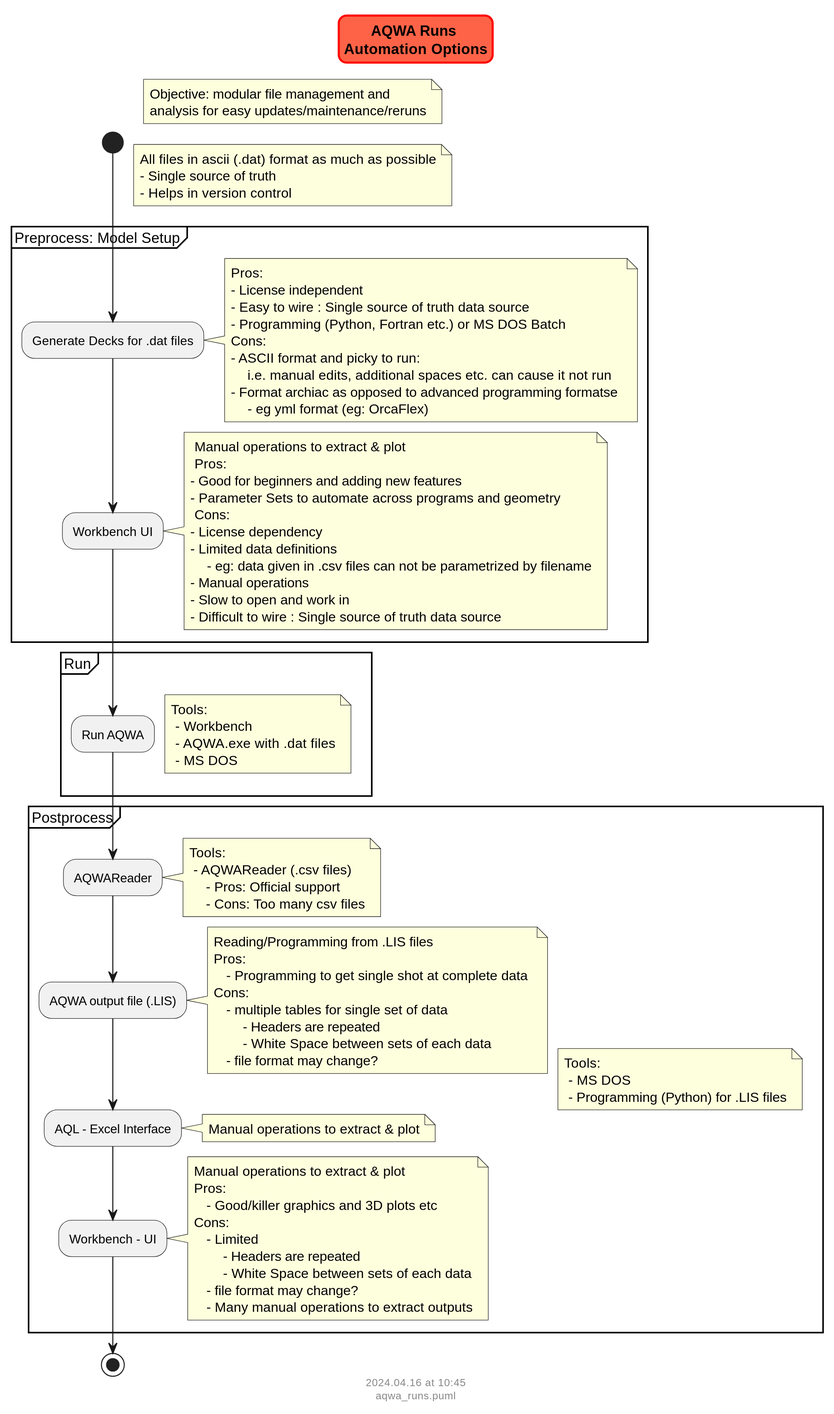
vamseeachanta/digitalmodel keeps this PlantUML diagram as docs/ansys/aqwa/flowcharts/aqwa_runs.svg. Above is the earlier version. The source it was exported from:
```plantuml
@startuml
scale 3
skinparam titleBorderRoundCorner 15
skinparam titleBorderThickness 2
skinparam titleBorderColor red
skinparam titleBackgroundColor Tomato

title AQWA Runs \nAutomation Options

start

    note right
        Objective: modular file management and
        analysis for easy updates/maintenance/reruns
    end note

    note right
        All files in ascii (.dat) format as much as possible
        - Single source of truth
        - Helps in  version control
    end note

    partition "Preprocess: Model Setup" {

        :Generate Decks for .dat files;
            note right
            Pros:
            - License independent
            - Easy to wire : Single source of truth data source
            - Programming (Python, Fortran etc.) or MS DOS Batch
            Cons:
            - ASCII format and picky to run:
                i.e. manual edits, additional spaces etc. can cause it not run
            - Format archiac as opposed to advanced programming formatse
                - eg yml format (eg: OrcaFlex)
            end note

        :Workbench UI;
            note right
             Manual operations to extract & plot
             Pros:
            - Good for beginners and adding new features
            - Parameter Sets to automate across programs and geometry
             Cons:
            - License dependency
            - Limited data definitions
                - eg: data given in .csv files can not be parametrized by filename
            - Manual operations
            - Slow to open and work in
            - Difficult to wire : Single source of truth data source
            end note

    }

    partition "Run" {
            note right
                Tools:
                 - Workbench
                 - AQWA.exe with .dat files
                 - MS DOS
            end note

        :Run AQWA;
    }

    partition "Postprocess" {
            note right
                Tools:
                 - MS DOS
                 - Programming (Python) for .LIS files
            end note

        :AQWAReader;
            note right
                Tools:
                 - AQWAReader (.csv files)
                    - Pros: Official support
                    - Cons: Too many csv files
            end note

        :AQWA output file (.LIS);
            note right
             Reading/Programming from .LIS files
             Pros:
                - Programming to get single shot at complete data
             Cons:
                - multiple tables for single set of data
                    - Headers are repeated
                    - White Space between sets of each data
                - file format may change?
            end note

        :AQL - Excel Interface;
            note right
             Manual operations to extract & plot
            end note

        :Workbench - UI;
            note right
             Manual operations to extract & plot
             Pros:
                - Good/killer graphics and 3D plots etc
             Cons:
                - Limited
                    - Headers are repeated
                    - White Space between sets of each data
                - file format may change?
                - Many manual operations to extract outputs
            end note

    }

stop

footer
%date("yyyy.MM.dd' at 'HH:mm")
%filename()
end footer
@enduml
```
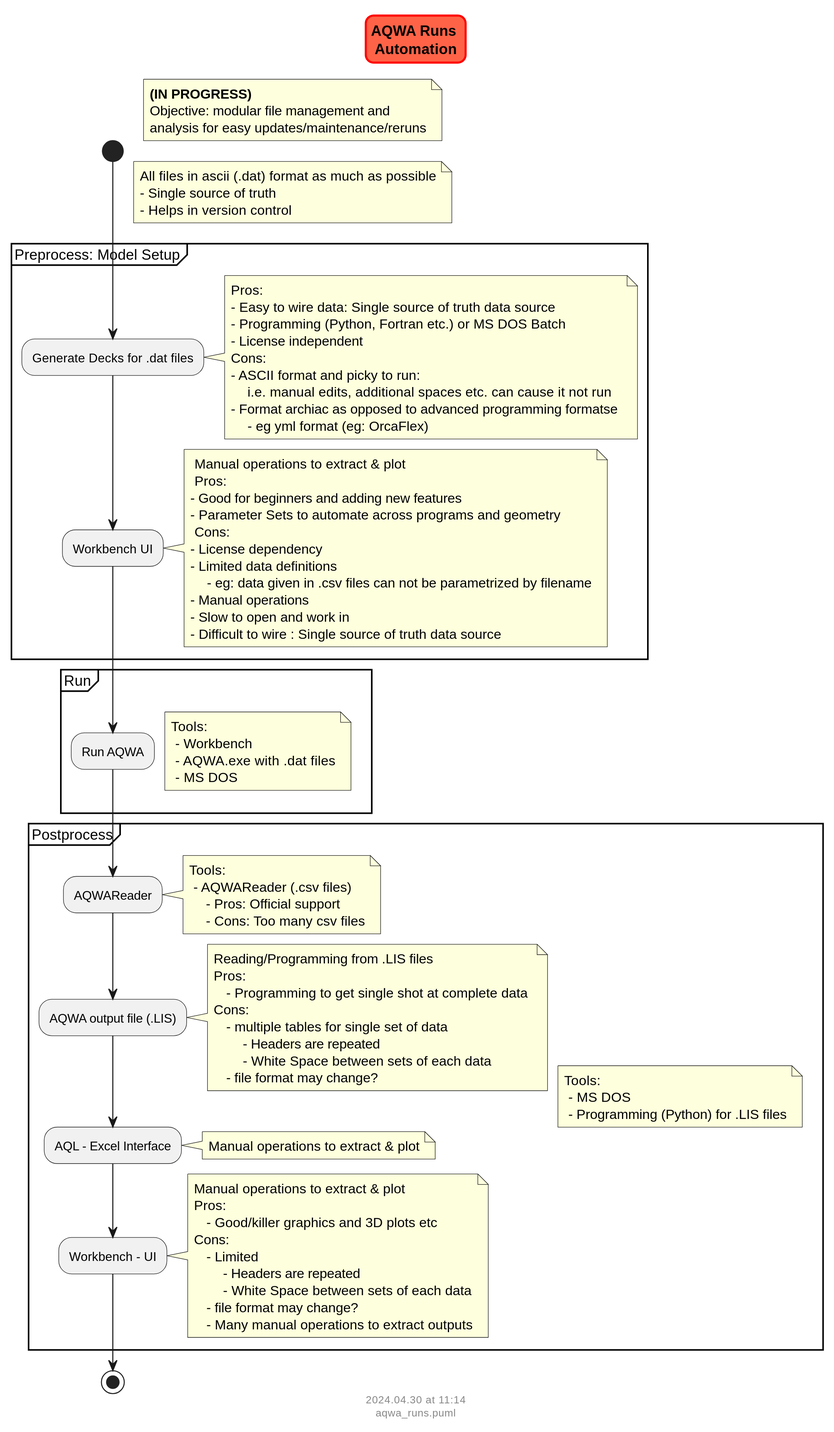
After the commit.

The edit, as a diff of the source:
```diff
@@ -5,11 +5,12 @@
 skinparam titleBorderColor red
 skinparam titleBackgroundColor Tomato
 
-title AQWA Runs \nAutomation Options
+title AQWA Runs \nAutomation
 
 start
 
     note right
+        **(IN PROGRESS)**
         Objective: modular file management and
         analysis for easy updates/maintenance/reruns
     end note
@@ -25,9 +26,9 @@
         :Generate Decks for .dat files;
             note right
             Pros:
+            - Easy to wire data: Single source of truth data source
+            - Programming (Python, Fortran etc.) or MS DOS Batch
             - License independent
-            - Easy to wire : Single source of truth data source
-            - Programming (Python, Fortran etc.) or MS DOS Batch
             Cons:
             - ASCII format and picky to run:
                 i.e. manual edits, additional spaces etc. can cause it not run
```
